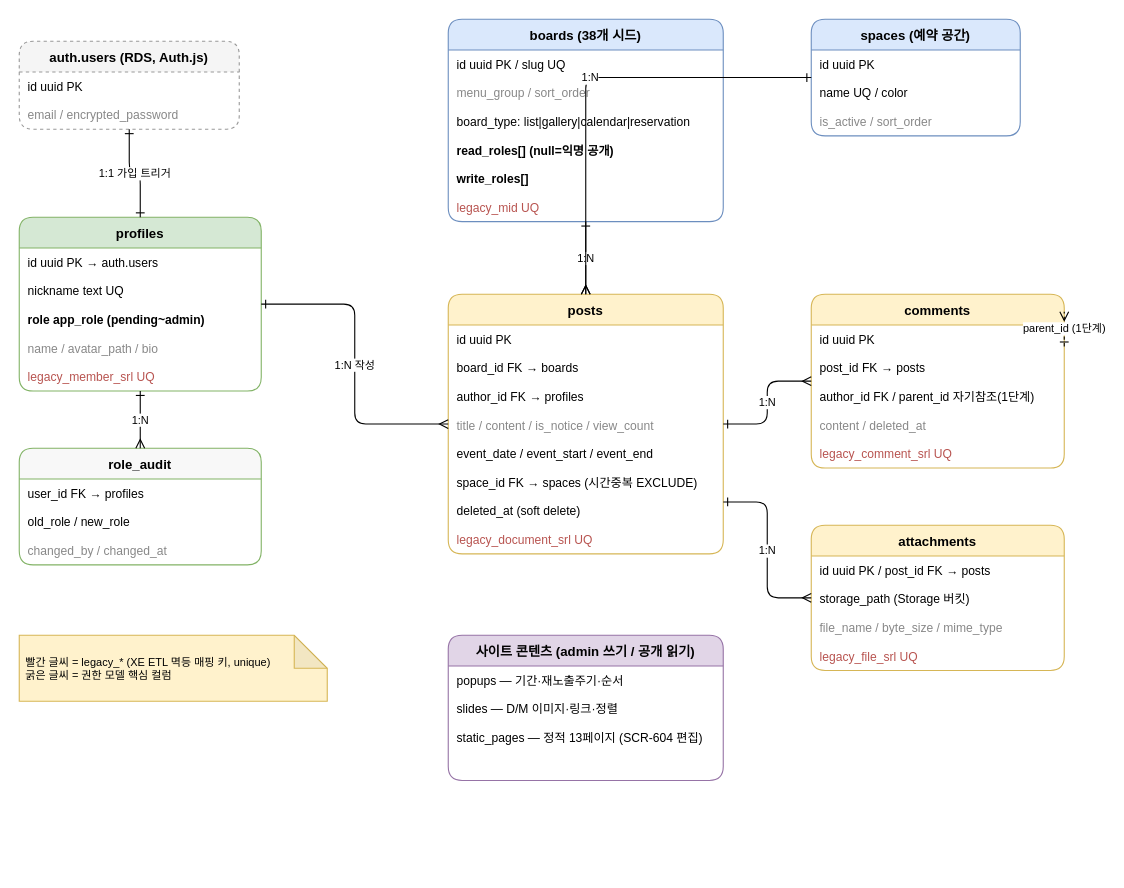
The draw.io diagram docs/diagrams/erd.drawio in gforest-or-kr/gforest, before the edit. Source tidied: cells renumbered, new cells numbered last; positions are measured from the earlier drawing's top-left corner, leaving out a move shared by most shapes. Both pictures are drawn from the tidied source at 110%, with x=0, y=0 at pixel (19, 19).
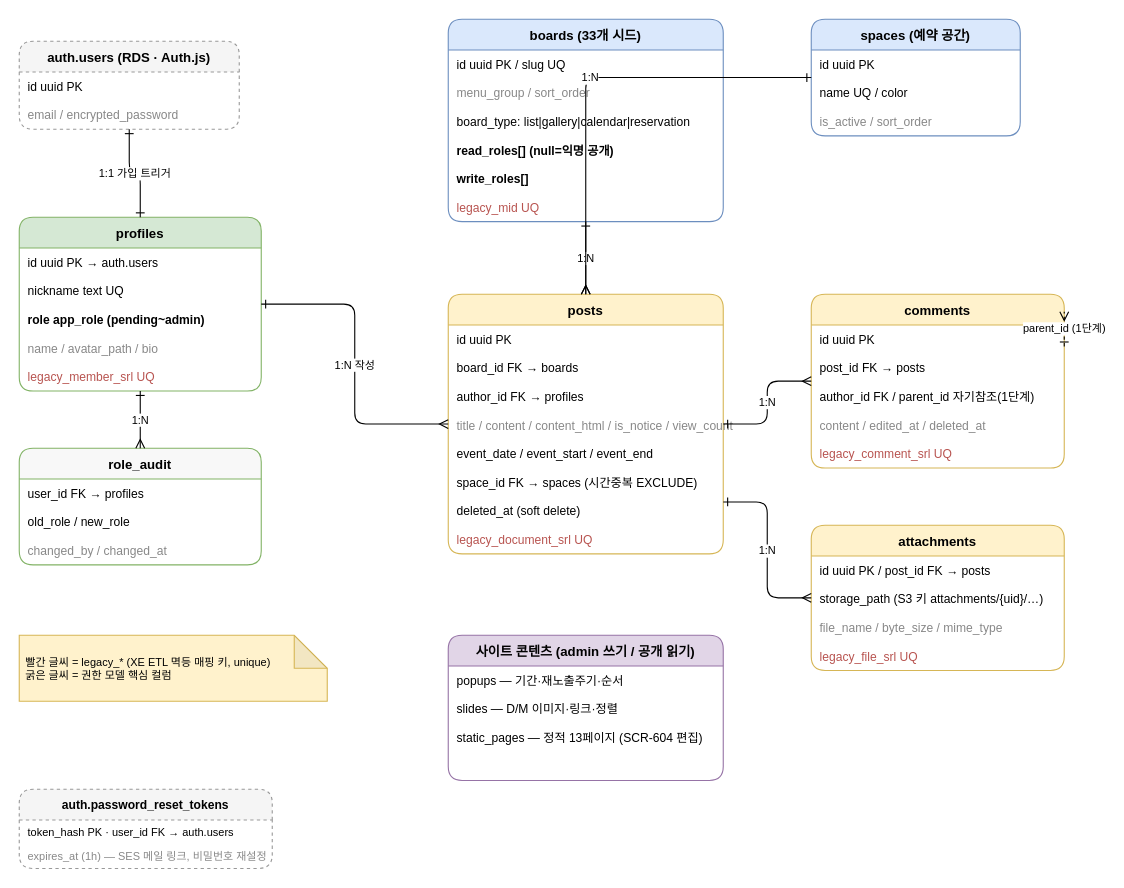
The same page after the edit.

Commit message:
docs(diagrams): ERD 현행화 (GFM-76) (#61)

ERD draw.io 원본을 RDS·Auth.js·S3 기준으로 정정. Confluence DB 스키마 페이지의
PNG·draw.io 첨부 갱신.

🤖 Generated with [Claude Code](https://claude.com/claude-code)

https://claude.ai/code/session_019osTzgW1MmChtYyfPz3pFW

The change refers to these unchanged cells:
```xml
<mxCell id="22" value="posts" style="swimlane;fontStyle=1;horizontal=1;startSize=28;rounded=1;fillColor=#fff2cc;strokeColor=#d6b656;fontSize=12;" parent="1" vertex="1">
  <mxGeometry x="390" y="250" width="250" height="236" as="geometry" />
</mxCell>
<mxCell id="35" value="comments" style="swimlane;fontStyle=1;horizontal=1;startSize=28;rounded=1;fillColor=#fff2cc;strokeColor=#d6b656;fontSize=12;" parent="1" vertex="1">
  <mxGeometry x="720" y="250" width="230" height="158" as="geometry" />
</mxCell>
<mxCell id="41" value="attachments" style="swimlane;fontStyle=1;horizontal=1;startSize=28;rounded=1;fillColor=#fff2cc;strokeColor=#d6b656;fontSize=12;" parent="1" vertex="1">
  <mxGeometry x="720" y="460" width="230" height="132" as="geometry" />
</mxCell>
```

Change to the diagram source:
```diff
@@
+    <mxCell id="59" value="auth.password_reset_tokens" style="swimlane;fontStyle=1;horizontal=1;startSize=28;rounded=1;dashed=1;fillColor=#f5f5f5;strokeColor=#999999;fontSize=11;" parent="1" vertex="1">
+      <mxGeometry y="700" width="230" height="72" as="geometry" />
+    </mxCell>
+    <mxCell id="60" value="token_hash PK · user_id FK → auth.users" style="text;strokeColor=none;fillColor=none;align=left;verticalAlign=middle;spacingLeft=6;fontSize=10;" parent="59" vertex="1">
+      <mxGeometry y="28" width="230" height="22" as="geometry" />
+    </mxCell>
+    <mxCell id="61" value="expires_at (1h) — SES 메일 링크, 비밀번호 재설정" style="text;strokeColor=none;fillColor=none;align=left;verticalAlign=middle;spacingLeft=6;fontSize=10;fontColor=#888888;" parent="59" vertex="1">
+      <mxGeometry y="50" width="230" height="22" as="geometry" />
+    </mxCell>
-    <mxCell id="2" value="auth.users (RDS, Auth.js)" style="swimlane;fontStyle=1;horizontal=1;startSize=28;rounded=1;dashed=1;fillColor=#f5f5f5;strokeColor=#999999;fontSize=12;" parent="1" vertex="1">
+    <mxCell id="2" value="auth.users (RDS · Auth.js)" style="swimlane;fontStyle=1;horizontal=1;startSize=28;rounded=1;dashed=1;fillColor=#f5f5f5;strokeColor=#999999;fontSize=12;" parent="1" vertex="1">
       <mxGeometry y="20" width="200" height="80" as="geometry" />
     </mxCell>
@@
-    <mxCell id="15" value="boards (38개 시드)" style="swimlane;fontStyle=1;horizontal=1;startSize=28;rounded=1;fillColor=#dae8fc;strokeColor=#6c8ebf;fontSize=12;" parent="1" vertex="1">
+    <mxCell id="15" value="boards (33개 시드)" style="swimlane;fontStyle=1;horizontal=1;startSize=28;rounded=1;fillColor=#dae8fc;strokeColor=#6c8ebf;fontSize=12;" parent="1" vertex="1">
       <mxGeometry x="390" width="250" height="184" as="geometry" />
     </mxCell>
@@
-    <mxCell id="26" value="title / content / is_notice / view_count" style="text;strokeColor=none;fillColor=none;align=left;verticalAlign=middle;spacingLeft=6;fontSize=11;fontColor=#888888;" parent="22" vertex="1">
+    <mxCell id="26" value="title / content / content_html / is_notice / view_count" style="text;strokeColor=none;fillColor=none;align=left;verticalAlign=middle;spacingLeft=6;fontSize=11;fontColor=#888888;" parent="22" vertex="1">
       <mxGeometry y="106" width="250" height="26" as="geometry" />
     </mxCell>
@@
-    <mxCell id="39" value="content / deleted_at" style="text;strokeColor=none;fillColor=none;align=left;verticalAlign=middle;spacingLeft=6;fontSize=11;fontColor=#888888;" parent="35" vertex="1">
+    <mxCell id="39" value="content / edited_at / deleted_at" style="text;strokeColor=none;fillColor=none;align=left;verticalAlign=middle;spacingLeft=6;fontSize=11;fontColor=#888888;" parent="35" vertex="1">
       <mxGeometry y="106" width="230" height="26" as="geometry" />
     </mxCell>
@@
-    <mxCell id="43" value="storage_path  (Storage 버킷)" style="text;strokeColor=none;fillColor=none;align=left;verticalAlign=middle;spacingLeft=6;fontSize=11;" parent="41" vertex="1">
+    <mxCell id="43" value="storage_path  (S3 키 attachments/{uid}/…)" style="text;strokeColor=none;fillColor=none;align=left;verticalAlign=middle;spacingLeft=6;fontSize=11;" parent="41" vertex="1">
       <mxGeometry y="54" width="230" height="26" as="geometry" />
     </mxCell>
```
